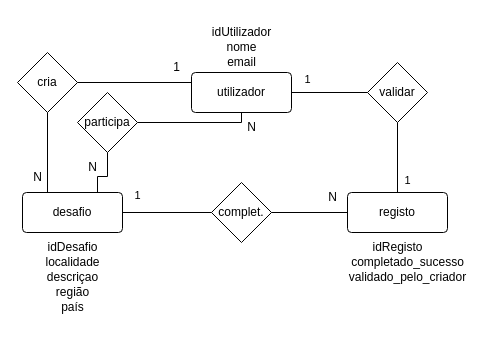
Above: base_de_dados/exercicios_ficha_03_trabalho/ex04_debate.drawio in ricardolagarini/Cesae_Software_Dev (draw.io), before the change. Source tidied: cells renumbered, new cells numbered last; positions are measured from the earlier drawing's top-left corner, leaving out a move shared by most shapes. Both pictures are drawn from the tidied source at 100%, with x=0, y=0 at pixel (17, 16).
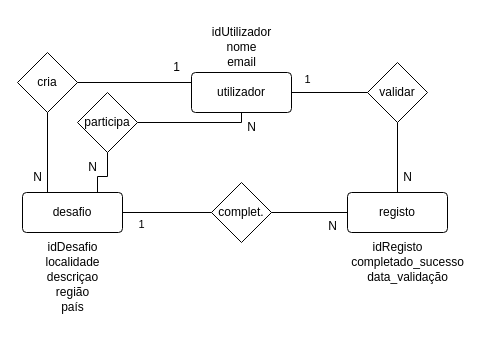
After the change.

Diff of the diagram source:
```diff
@@
-    <mxCell id="21" value="validado_pelo_criador" style="text;html=1;align=center;verticalAlign=middle;strokeColor=none;fillColor=none;fontSize=12;" parent="1" vertex="1">
-      <mxGeometry x="320" y="246" width="140" height="30" as="geometry" />
+    <mxCell id="21" value="data_validação" style="text;html=1;align=center;verticalAlign=middle;strokeColor=none;fillColor=none;fontSize=12;" parent="1" vertex="1">
+      <mxGeometry x="340" y="246" width="100" height="30" as="geometry" />
     </mxCell>
@@
-    <mxCell id="26" value="1" style="edgeLabel;html=1;align=center;verticalAlign=middle;" parent="1" vertex="1">
-      <mxGeometry x="410" y="166" as="geometry">
-        <mxPoint x="-21" y="-3" as="offset" />
-      </mxGeometry>
-    </mxCell>
@@
     <mxCell id="28" value="N&lt;br&gt;" style="text;html=1;align=center;verticalAlign=middle;strokeColor=none;fillColor=none;" parent="1" vertex="1">
-      <mxGeometry x="300" y="166" width="30" height="30" as="geometry" />
+      <mxGeometry x="300" y="195" width="30" height="30" as="geometry" />
     </mxCell>
     <mxCell id="29" value="1" style="edgeLabel;html=1;align=center;verticalAlign=middle;" parent="1" vertex="1">
-      <mxGeometry x="140" y="181" as="geometry">
+      <mxGeometry x="144" y="210" as="geometry">
         <mxPoint x="-21" y="-3" as="offset" />
       </mxGeometry>
     </mxCell>
@@
+    <mxCell id="36" value="N&lt;br&gt;" style="text;html=1;align=center;verticalAlign=middle;strokeColor=none;fillColor=none;" parent="1" vertex="1">
+      <mxGeometry x="375" y="146" width="30" height="30" as="geometry" />
+    </mxCell>
```
